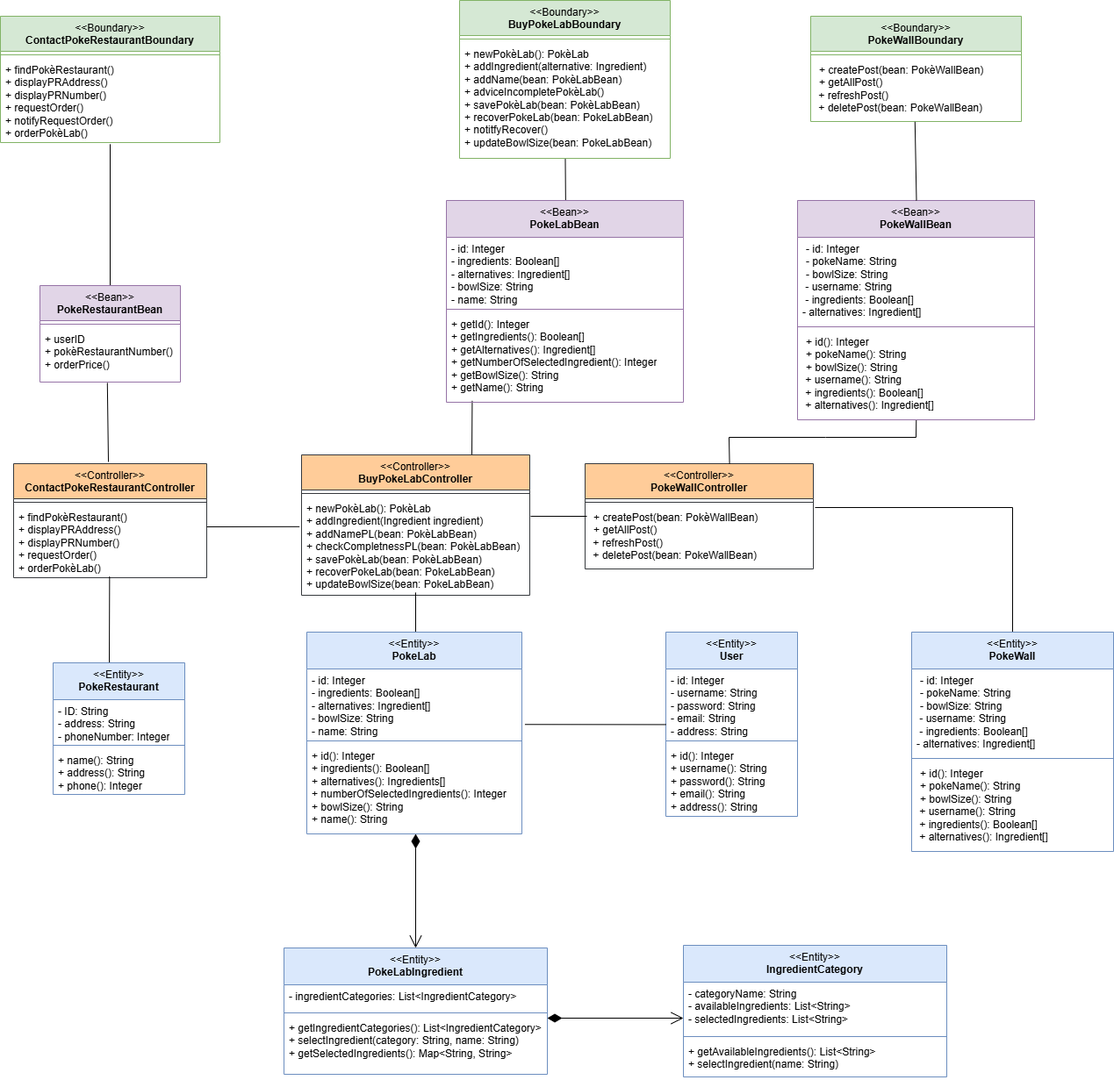
Above: diagrams/BCE.drawio.png in matteopinfildi/YourPoke-ISPWProject (draw.io), before the change. Source tidied: cells renumbered, new cells last; positions are measured from the earlier drawing's top-left corner, leaving out a move shared by most shapes.
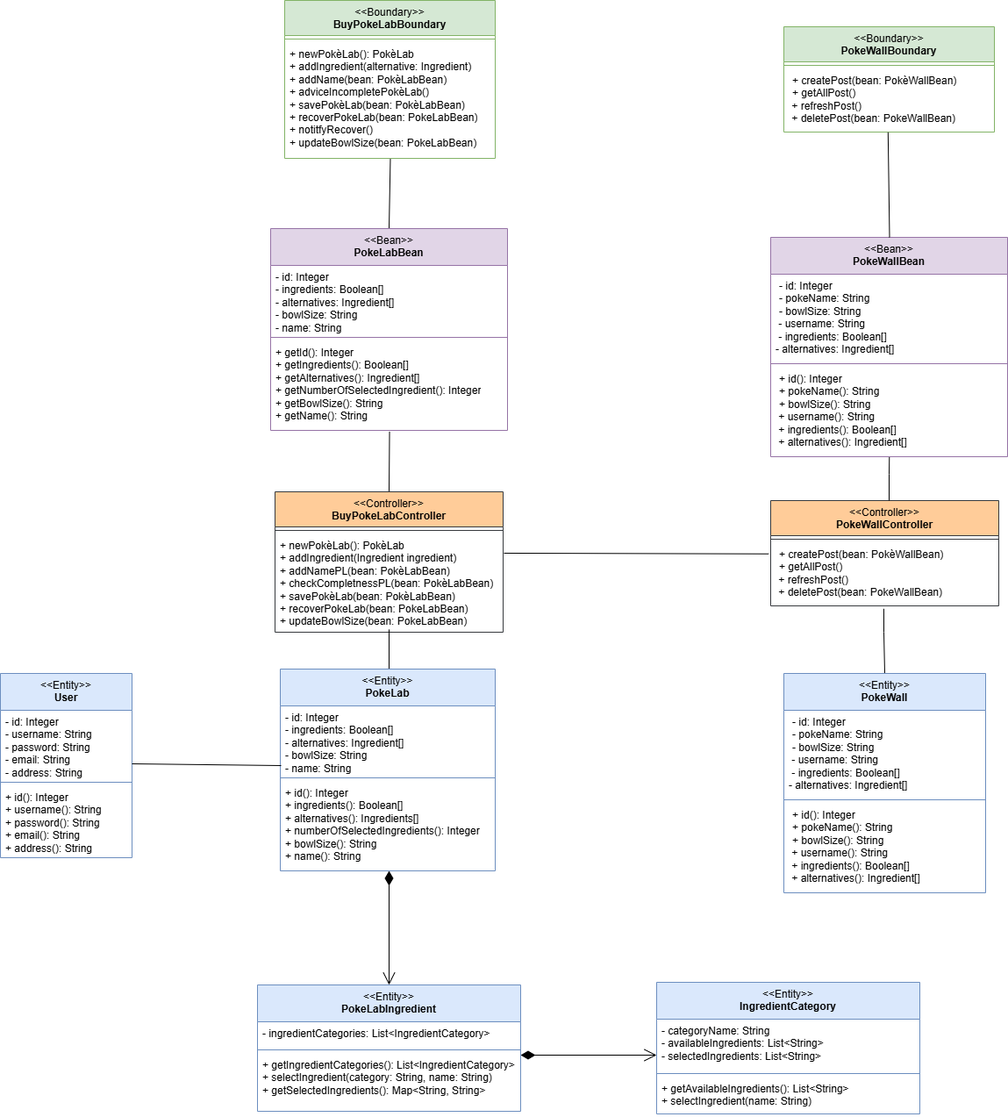
Later version of the same file.

Diff of the diagram source:
```diff
@@ -2,17 +2,8 @@
   <root>
     <mxCell id="0" />
     <mxCell id="1" parent="0" />
-    <mxCell id="2" value="&lt;div&gt;&lt;span style=&quot;font-weight: normal;&quot;&gt;&amp;lt;&amp;lt;Boundary&amp;gt;&amp;gt;&lt;/span&gt;&lt;/div&gt;ContactPokeRestaurantBoundary" style="swimlane;fontStyle=1;align=center;verticalAlign=top;horizontal=1;startSize=40;whiteSpace=wrap;html=1;fillColor=#d5e8d4;strokeColor=#82b366;" parent="1" vertex="1">
-      <mxGeometry y="18" width="250" height="144" as="geometry" />
-    </mxCell>
-    <mxCell id="3" style="line;strokeWidth=1;fillColor=none;align=left;verticalAlign=middle;spacingTop=-1;spacingLeft=3;spacingRight=3;labelPosition=right;strokeColor=inherit;" parent="2" vertex="1">
-      <mxGeometry y="40" width="250" height="8" as="geometry" />
-    </mxCell>
-    <mxCell id="4" value="+ findPokèRestaurant()&lt;div&gt;+ displayPRAddress()&lt;/div&gt;&lt;div&gt;+ displayPRNumber()&lt;/div&gt;&lt;div&gt;+ requestOrder()&lt;/div&gt;&lt;div&gt;+ notifyRequestOrder()&lt;/div&gt;&lt;div&gt;+ orderPokèLab()&lt;/div&gt;" style="text;strokeColor=none;fillColor=none;align=left;verticalAlign=top;spacingLeft=4;spacingRight=4;overflow=hidden;points=[[0,0.5],[1,0.5]];portConstraint=eastwest;whiteSpace=wrap;html=1;" parent="2" vertex="1">
-      <mxGeometry y="48" width="250" height="96" as="geometry" />
-    </mxCell>
     <mxCell id="5" value="&lt;div&gt;&lt;span style=&quot;font-weight: normal;&quot;&gt;&amp;lt;&amp;lt;Boundary&amp;gt;&amp;gt;&lt;/span&gt;&lt;/div&gt;BuyPokeLabBoundary" style="swimlane;fontStyle=1;align=center;verticalAlign=top;horizontal=1;startSize=40;whiteSpace=wrap;html=1;fillColor=#d5e8d4;strokeColor=#82b366;" parent="1" vertex="1">
-      <mxGeometry x="523" width="240" height="180" as="geometry" />
+      <mxGeometry x="354" y="-42" width="240" height="180" as="geometry" />
     </mxCell>
     <mxCell id="6" style="line;strokeWidth=1;fillColor=none;align=left;verticalAlign=middle;spacingTop=-1;spacingLeft=3;spacingRight=3;labelPosition=right;strokeColor=inherit;" parent="5" vertex="1">
       <mxGeometry y="40" width="240" height="8" as="geometry" />
@@ -20,42 +11,12 @@
     <mxCell id="7" value="&lt;div&gt;+ newPokèLab(): PokèLab&lt;/div&gt;&lt;div&gt;+ addIngredient(alternative: Ingredient)&lt;/div&gt;&lt;div&gt;+ addName(bean: PokèLabBean)&lt;/div&gt;&lt;div&gt;+ adviceIncompletePokèLab()&lt;/div&gt;&lt;div&gt;+ savePokèLab(bean: PokèLabBean)&lt;/div&gt;&lt;div&gt;+ recoverPokeLab(bean: PokeLabBean)&lt;/div&gt;&lt;div&gt;+ notitfyRecover()&lt;/div&gt;&lt;div&gt;+ updateBowlSize(bean: PokeLabBean)&lt;/div&gt;" style="text;strokeColor=none;fillColor=none;align=left;verticalAlign=top;spacingLeft=4;spacingRight=4;overflow=hidden;points=[[0,0.5],[1,0.5]];portConstraint=eastwest;whiteSpace=wrap;html=1;" parent="5" vertex="1">
       <mxGeometry y="48" width="240" height="132" as="geometry" />
     </mxCell>
-    <mxCell id="8" style="endArrow=none;html=1;rounded=0;exitX=0.5;exitY=1.019;exitDx=0;exitDy=0;exitPerimeter=0;entryX=0.5;entryY=0;entryDx=0;entryDy=0;" parent="1" edge="1" source="4" target="10">
-      <mxGeometry relative="1" as="geometry" />
-    </mxCell>
-    <mxCell id="9" style="endArrow=none;html=1;rounded=0;exitX=0.502;exitY=1.004;exitDx=0;exitDy=0;exitPerimeter=0;" parent="1" edge="1" source="7">
-      <mxGeometry relative="1" as="geometry">
-        <mxPoint x="644" y="248" as="targetPoint" />
-      </mxGeometry>
+    <mxCell id="9" style="endArrow=none;html=1;rounded=0;exitX=0.502;exitY=1.004;exitDx=0;exitDy=0;exitPerimeter=0;entryX=0.5;entryY=0;entryDx=0;entryDy=0;" parent="1" edge="1" source="7" target="43">
+      <mxGeometry relative="1" as="geometry" />
     </mxCell>
-    <mxCell id="10" value="&lt;div&gt;&lt;span style=&quot;font-weight: normal;&quot;&gt;&amp;lt;&amp;lt;Bean&amp;gt;&amp;gt;&lt;/span&gt;&lt;/div&gt;PokeRestaurantBean" style="swimlane;fontStyle=1;align=center;verticalAlign=top;horizontal=1;startSize=40;whiteSpace=wrap;html=1;fillColor=#e1d5e7;strokeColor=#9673a6;" parent="1" vertex="1">
-      <mxGeometry x="45" y="325" width="160" height="110" as="geometry" />
-    </mxCell>
-    <mxCell id="11" style="line;strokeWidth=1;fillColor=none;align=left;verticalAlign=middle;spacingTop=-1;spacingLeft=3;spacingRight=3;labelPosition=right;strokeColor=inherit;" parent="10" vertex="1">
-      <mxGeometry y="40" width="160" height="8" as="geometry" />
-    </mxCell>
-    <mxCell id="12" value="+ userID&lt;div&gt;+ pokèRestaurantNumber()&lt;/div&gt;&lt;div&gt;+ orderPrice()&lt;/div&gt;" style="text;strokeColor=none;fillColor=none;align=left;verticalAlign=top;spacingLeft=4;spacingRight=4;overflow=hidden;points=[[0,0.5],[1,0.5]];portConstraint=eastwest;whiteSpace=wrap;html=1;" parent="10" vertex="1">
-      <mxGeometry y="48" width="160" height="62" as="geometry" />
-    </mxCell>
-    <mxCell id="13" style="endArrow=none;html=1;rounded=0;exitX=0.48;exitY=1.016;exitDx=0;exitDy=0;exitPerimeter=0;" parent="1" edge="1" source="12">
-      <mxGeometry relative="1" as="geometry">
-        <mxPoint x="123" y="526" as="targetPoint" />
-      </mxGeometry>
-    </mxCell>
-    <mxCell id="14" style="endArrow=none;html=1;rounded=0;entryX=0.109;entryY=0.984;entryDx=0;entryDy=0;entryPerimeter=0;" parent="1" edge="1" target="46">
-      <mxGeometry relative="1" as="geometry">
-        <mxPoint x="537" y="525" as="sourcePoint" />
-      </mxGeometry>
+    <mxCell id="14" style="endArrow=none;html=1;rounded=0;entryX=0.502;entryY=1.014;entryDx=0;entryDy=0;entryPerimeter=0;exitX=0.5;exitY=0;exitDx=0;exitDy=0;" parent="1" edge="1" source="18" target="46">
+      <mxGeometry relative="1" as="geometry" />
     </mxCell>
-    <mxCell id="15" value="&lt;div&gt;&lt;span style=&quot;font-weight: normal;&quot;&gt;&amp;lt;&amp;lt;Controller&amp;gt;&amp;gt;&lt;/span&gt;&lt;/div&gt;ContactPokeRestaurantController" style="swimlane;fontStyle=1;align=center;verticalAlign=top;horizontal=1;startSize=40;whiteSpace=wrap;html=1;fillColor=#ffcc99;strokeColor=#36393d;" parent="1" vertex="1">
-      <mxGeometry x="15" y="528" width="220" height="130" as="geometry" />
-    </mxCell>
-    <mxCell id="16" style="line;strokeWidth=1;fillColor=none;align=left;verticalAlign=middle;spacingTop=-1;spacingLeft=3;spacingRight=3;labelPosition=right;strokeColor=inherit;" parent="15" vertex="1">
-      <mxGeometry y="40" width="220" height="8" as="geometry" />
-    </mxCell>
-    <mxCell id="17" value="+ findPokèRestaurant()&lt;div&gt;+ displayPRAddress()&lt;/div&gt;&lt;div&gt;+ displayPRNumber()&lt;/div&gt;&lt;div&gt;+ requestOrder()&lt;/div&gt;&lt;div&gt;+ orderPokèLab()&lt;/div&gt;" style="text;strokeColor=none;fillColor=none;align=left;verticalAlign=top;spacingLeft=4;spacingRight=4;overflow=hidden;points=[[0,0.5],[1,0.5]];portConstraint=eastwest;whiteSpace=wrap;html=1;" parent="15" vertex="1">
-      <mxGeometry y="48" width="220" height="82" as="geometry" />
-    </mxCell>
     <mxCell id="18" value="&lt;div&gt;&lt;span style=&quot;font-weight: normal;&quot;&gt;&amp;lt;&amp;lt;Controller&amp;gt;&amp;gt;&lt;/span&gt;&lt;/div&gt;BuyPokeLabController" style="swimlane;fontStyle=1;align=center;verticalAlign=top;horizontal=1;startSize=40;whiteSpace=wrap;html=1;fillColor=#ffcc99;strokeColor=#36393d;" parent="1" vertex="1">
       <mxGeometry x="343" y="518" width="260" height="160" as="geometry" />
     </mxCell>
@@ -66,7 +27,7 @@
       <mxGeometry y="48" width="260" height="112" as="geometry" />
     </mxCell>
     <mxCell id="21" value="&lt;div&gt;&lt;span style=&quot;font-weight: normal;&quot;&gt;&amp;lt;&amp;lt;Controller&amp;gt;&amp;gt;&lt;/span&gt;&lt;/div&gt;PokeWallController" style="swimlane;fontStyle=1;align=center;verticalAlign=top;horizontal=1;startSize=40;whiteSpace=wrap;html=1;fillColor=#ffcc99;strokeColor=#36393d;" parent="1" vertex="1">
-      <mxGeometry x="666" y="528" width="260" height="120" as="geometry" />
+      <mxGeometry x="908" y="528" width="260" height="120" as="geometry" />
     </mxCell>
     <mxCell id="22" style="line;strokeWidth=1;fillColor=none;align=left;verticalAlign=middle;spacingTop=-1;spacingLeft=3;spacingRight=3;labelPosition=right;strokeColor=inherit;" parent="21" vertex="1">
       <mxGeometry y="40" width="260" height="8" as="geometry" />
@@ -74,29 +35,16 @@
     <mxCell id="23" value="&lt;div&gt;&lt;p style=&quot;margin: 0px 0px 0px 4px;&quot;&gt;+ createPost(bean: PokèWallBean)&lt;/p&gt;&lt;p style=&quot;margin: 0px 0px 0px 4px;&quot;&gt;+ getAllPost()&lt;/p&gt;&lt;div&gt;&amp;nbsp;&lt;span style=&quot;background-color: transparent; color: light-dark(rgb(0, 0, 0), rgb(255, 255, 255));&quot;&gt;+ refreshPost()&lt;/span&gt;&lt;/div&gt;&lt;div&gt;&lt;span style=&quot;background-color: transparent; color: light-dark(rgb(0, 0, 0), rgb(255, 255, 255));&quot;&gt;&amp;nbsp;+ deletePost(bean: PokeWallBean)&lt;/span&gt;&lt;/div&gt;&lt;/div&gt;" style="text;strokeColor=none;fillColor=none;align=left;verticalAlign=top;spacingLeft=4;spacingRight=4;overflow=hidden;points=[[0,0.5],[1,0.5]];portConstraint=eastwest;whiteSpace=wrap;html=1;" parent="21" vertex="1">
       <mxGeometry y="48" width="260" height="72" as="geometry" />
     </mxCell>
-    <mxCell id="24" style="endArrow=none;html=1;rounded=0;entryX=0.497;entryY=0.984;entryDx=0;entryDy=0;entryPerimeter=0;" parent="1" edge="1" target="17">
-      <mxGeometry relative="1" as="geometry">
-        <mxPoint x="124" y="758" as="sourcePoint" />
-      </mxGeometry>
-    </mxCell>
-    <mxCell id="25" style="endArrow=none;html=1;rounded=0;entryX=0.5;entryY=0;entryDx=0;entryDy=0;" parent="1" edge="1" target="34">
+    <mxCell id="25" style="endArrow=none;html=1;rounded=0;entryX=0.5;entryY=0;entryDx=0;entryDy=0;exitX=0.496;exitY=1.046;exitDx=0;exitDy=0;exitPerimeter=0;" parent="1" edge="1" source="23" target="34">
       <mxGeometry relative="1" as="geometry">
-        <mxPoint x="928" y="578" as="sourcePoint" />
         <Array as="points">
-          <mxPoint x="1153" y="578" />
+          <mxPoint x="1037" y="678" />
         </Array>
       </mxGeometry>
     </mxCell>
-    <mxCell id="26" style="endArrow=none;html=1;rounded=0;entryX=1.004;entryY=0.196;entryDx=0;entryDy=0;entryPerimeter=0;" parent="1" edge="1" target="20">
-      <mxGeometry relative="1" as="geometry">
-        <mxPoint x="668" y="588" as="sourcePoint" />
-      </mxGeometry>
+    <mxCell id="26" style="endArrow=none;html=1;rounded=0;entryX=1.004;entryY=0.196;entryDx=0;entryDy=0;entryPerimeter=0;exitX=-0.009;exitY=0.177;exitDx=0;exitDy=0;exitPerimeter=0;" parent="1" edge="1" source="23" target="20">
+      <mxGeometry relative="1" as="geometry" />
     </mxCell>
-    <mxCell id="27" style="endArrow=none;html=1;rounded=0;exitX=-0.009;exitY=0.302;exitDx=0;exitDy=0;exitPerimeter=0;" parent="1" edge="1" source="20">
-      <mxGeometry relative="1" as="geometry">
-        <mxPoint x="235" y="600" as="targetPoint" />
-      </mxGeometry>
-    </mxCell>
     <mxCell id="28" style="endArrow=none;html=1;rounded=0;entryX=0.5;entryY=0.972;entryDx=0;entryDy=0;entryPerimeter=0;exitX=0.5;exitY=0;exitDx=0;exitDy=0;" parent="1" edge="1" target="20">
       <mxGeometry relative="1" as="geometry">
         <mxPoint x="473" y="748" as="sourcePoint" />
@@ -121,7 +69,7 @@
       </mxGeometry>
     </mxCell>
     <mxCell id="34" value="&lt;div&gt;&lt;span style=&quot;font-weight: 400;&quot;&gt;&amp;lt;&amp;lt;Entity&amp;gt;&amp;gt;&lt;/span&gt;&lt;br&gt;&lt;/div&gt;PokeWall" style="swimlane;fontStyle=1;align=center;verticalAlign=top;horizontal=1;startSize=42;whiteSpace=wrap;html=1;fillColor=#dae8fc;strokeColor=#6c8ebf;" parent="1" vertex="1">
-      <mxGeometry x="1038" y="720" width="230" height="250" as="geometry" />
+      <mxGeometry x="923" y="725" width="230" height="250" as="geometry" />
     </mxCell>
     <mxCell id="35" value="&lt;p style=&quot;margin: 0px 0px 0px 4px;&quot;&gt;- id: Integer&lt;/p&gt;&lt;p style=&quot;margin: 0px 0px 0px 4px;&quot;&gt;- pokeName: String&lt;/p&gt;&lt;p style=&quot;margin: 0px 0px 0px 4px;&quot;&gt;- bowlSize: String&lt;/p&gt;&amp;nbsp;- username: String&lt;div&gt;&amp;nbsp;- ingredients: Boolean[]&lt;/div&gt;&lt;div&gt;- alternatives: Ingredient[]&lt;/div&gt;" style="text;strokeColor=none;fillColor=none;align=left;verticalAlign=top;spacingLeft=4;spacingRight=4;overflow=hidden;whiteSpace=wrap;html=1;" parent="34" vertex="1">
       <mxGeometry y="42" width="230" height="98" as="geometry" />
@@ -133,7 +81,7 @@
       <mxGeometry y="148" width="230" height="102" as="geometry" />
     </mxCell>
     <mxCell id="38" value="&lt;div&gt;&lt;span style=&quot;font-weight: 400;&quot;&gt;&amp;lt;&amp;lt;Entity&amp;gt;&amp;gt;&lt;/span&gt;&lt;br&gt;&lt;/div&gt;User" style="swimlane;fontStyle=1;align=center;verticalAlign=top;horizontal=1;startSize=42;whiteSpace=wrap;html=1;fillColor=#dae8fc;strokeColor=#6c8ebf;" parent="1" vertex="1">
-      <mxGeometry x="758" y="720" width="150" height="210" as="geometry" />
+      <mxGeometry x="30" y="725" width="150" height="210" as="geometry" />
     </mxCell>
     <mxCell id="39" value="&lt;div&gt;- id: Integer&lt;/div&gt;- username: String&lt;div&gt;- password: String&lt;br&gt;&lt;div&gt;- email: String&lt;/div&gt;&lt;div&gt;- address: String&lt;/div&gt;&lt;/div&gt;" style="text;strokeColor=none;fillColor=none;align=left;verticalAlign=top;spacingLeft=4;spacingRight=4;overflow=hidden;points=[[0,0.5],[1,0.5]];portConstraint=eastwest;whiteSpace=wrap;html=1;" parent="38" vertex="1">
       <mxGeometry y="42" width="150" height="78" as="geometry" />
@@ -144,11 +92,14 @@
     <mxCell id="41" value="&lt;div&gt;+ id(): Integer&lt;/div&gt;+ username(): String&lt;div&gt;+ password(): String&lt;br&gt;&lt;div&gt;+ email(): String&lt;/div&gt;&lt;div&gt;+ address(): String&lt;/div&gt;&lt;/div&gt;" style="text;strokeColor=none;fillColor=none;align=left;verticalAlign=top;spacingLeft=4;spacingRight=4;overflow=hidden;whiteSpace=wrap;html=1;" parent="38" vertex="1">
       <mxGeometry y="128" width="150" height="82" as="geometry" />
     </mxCell>
-    <mxCell id="42" style="endArrow=none;html=1;rounded=0;entryX=0.002;entryY=0.813;entryDx=0;entryDy=0;entryPerimeter=0;exitX=1.014;exitY=0.811;exitDx=0;exitDy=0;exitPerimeter=0;" parent="1" edge="1" source="30" target="39">
-      <mxGeometry relative="1" as="geometry" />
+    <mxCell id="42" style="endArrow=none;html=1;rounded=0;" parent="1" edge="1">
+      <mxGeometry relative="1" as="geometry">
+        <mxPoint x="350" y="830" as="sourcePoint" />
+        <mxPoint x="180" y="828" as="targetPoint" />
+      </mxGeometry>
     </mxCell>
     <mxCell id="43" value="&lt;div&gt;&lt;span style=&quot;font-weight: 400;&quot;&gt;&amp;lt;&amp;lt;Bean&amp;gt;&amp;gt;&lt;/span&gt;&lt;br&gt;&lt;/div&gt;PokeLabBean" style="swimlane;fontStyle=1;align=center;verticalAlign=top;horizontal=1;startSize=42;whiteSpace=wrap;html=1;fillColor=#e1d5e7;strokeColor=#9673a6;" parent="1" vertex="1">
-      <mxGeometry x="508" y="228" width="270" height="230" as="geometry" />
+      <mxGeometry x="338" y="218" width="270" height="230" as="geometry" />
     </mxCell>
     <mxCell id="44" value="&lt;div&gt;- id: Integer&lt;/div&gt;- ingredients: Boolean[]&lt;div&gt;- alternatives: Ingredient[]&lt;/div&gt;&lt;div&gt;- bowlSize: String&lt;/div&gt;&lt;div&gt;- name: String&lt;/div&gt;" style="text;strokeColor=none;fillColor=none;align=left;verticalAlign=top;spacingLeft=4;spacingRight=4;overflow=hidden;whiteSpace=wrap;html=1;" parent="43" vertex="1">
       <mxGeometry y="42" width="270" height="78" as="geometry" />
@@ -159,18 +110,6 @@
     <mxCell id="46" value="&lt;div&gt;+ getId(): Integer&lt;/div&gt;+ getIngredients(): Boolean[]&lt;div&gt;+ getAlternatives(): Ingredient[]&lt;/div&gt;&lt;div&gt;+ getNumberOfSelectedIngredient(): Integer&lt;/div&gt;&lt;div&gt;+ getBowlSize(): String&lt;/div&gt;&lt;div&gt;+ getName(): String&lt;/div&gt;" style="text;strokeColor=none;fillColor=none;align=left;verticalAlign=top;spacingLeft=4;spacingRight=4;overflow=hidden;points=[[0,0.5],[1,0.5]];portConstraint=eastwest;whiteSpace=wrap;html=1;" parent="43" vertex="1">
       <mxGeometry y="128" width="270" height="102" as="geometry" />
     </mxCell>
-    <mxCell id="47" value="&lt;div&gt;&lt;span style=&quot;font-weight: 400;&quot;&gt;&amp;lt;&amp;lt;Entity&amp;gt;&amp;gt;&lt;/span&gt;&lt;br&gt;&lt;/div&gt;PokeRestaurant" style="swimlane;fontStyle=1;align=center;verticalAlign=top;horizontal=1;startSize=42;whiteSpace=wrap;html=1;fillColor=#dae8fc;strokeColor=#6c8ebf;" parent="1" vertex="1">
-      <mxGeometry x="60" y="755" width="150" height="150" as="geometry" />
-    </mxCell>
-    <mxCell id="48" value="- ID: String&lt;div&gt;- address: String&lt;/div&gt;&lt;div&gt;- phoneNumber: Integer&lt;/div&gt;" style="text;strokeColor=none;fillColor=none;align=left;verticalAlign=top;spacingLeft=4;spacingRight=4;overflow=hidden;whiteSpace=wrap;html=1;" parent="47" vertex="1">
-      <mxGeometry y="42" width="150" height="48" as="geometry" />
-    </mxCell>
-    <mxCell id="49" style="line;strokeWidth=1;fillColor=none;align=left;verticalAlign=middle;spacingTop=-1;spacingLeft=3;spacingRight=3;labelPosition=right;strokeColor=inherit;" parent="47" vertex="1">
-      <mxGeometry y="90" width="150" height="8" as="geometry" />
-    </mxCell>
-    <mxCell id="50" value="+ name(): String&lt;div&gt;+ address(): String&lt;/div&gt;&lt;div&gt;+ phone(&lt;span style=&quot;background-color: initial;&quot;&gt;): Integer&lt;/span&gt;&lt;/div&gt;" style="text;strokeColor=none;fillColor=none;align=left;verticalAlign=top;spacingLeft=4;spacingRight=4;overflow=hidden;whiteSpace=wrap;html=1;" parent="47" vertex="1">
-      <mxGeometry y="98" width="150" height="52" as="geometry" />
-    </mxCell>
     <mxCell id="51" value="&lt;div&gt;&lt;span style=&quot;font-weight: 400;&quot;&gt;&amp;lt;&amp;lt;Entity&amp;gt;&amp;gt;&lt;/span&gt;&lt;br&gt;&lt;/div&gt;PokeLabIngredient" style="swimlane;fontStyle=1;align=center;verticalAlign=top;horizontal=1;startSize=42;whiteSpace=wrap;html=1;fillColor=#dae8fc;strokeColor=#6c8ebf;" parent="1" vertex="1">
       <mxGeometry x="323" y="1080" width="300" height="144" as="geometry" />
     </mxCell>
@@ -203,10 +142,8 @@
     </mxCell>
     <mxCell id="60" style="endArrow=none;html=1;rounded=0;entryX=0.501;entryY=1.007;entryDx=0;entryDy=0;entryPerimeter=0;" parent="1" edge="1" target="64">
       <mxGeometry relative="1" as="geometry">
-        <mxPoint x="830.6" y="528" as="sourcePoint" />
+        <mxPoint x="1043" y="528" as="sourcePoint" />
         <Array as="points">
-          <mxPoint x="830" y="498" />
-          <mxPoint x="940" y="498" />
           <mxPoint x="1043" y="498" />
         </Array>
       </mxGeometry>
@@ -224,7 +161,7 @@
       <mxGeometry y="148" width="270" height="102" as="geometry" />
     </mxCell>
     <mxCell id="65" value="&lt;div&gt;&lt;span style=&quot;font-weight: normal;&quot;&gt;&amp;lt;&amp;lt;Boundary&amp;gt;&amp;gt;&lt;/span&gt;&lt;/div&gt;PokeWallBoundary" style="swimlane;fontStyle=1;align=center;verticalAlign=top;horizontal=1;startSize=40;whiteSpace=wrap;html=1;fillColor=#d5e8d4;strokeColor=#82b366;" parent="1" vertex="1">
-      <mxGeometry x="923" y="18" width="240" height="120" as="geometry" />
+      <mxGeometry x="923" y="-12" width="240" height="120" as="geometry" />
     </mxCell>
     <mxCell id="66" style="line;strokeWidth=1;fillColor=none;align=left;verticalAlign=middle;spacingTop=-1;spacingLeft=3;spacingRight=3;labelPosition=right;strokeColor=inherit;" parent="65" vertex="1">
       <mxGeometry y="40" width="240" height="8" as="geometry" />
```
